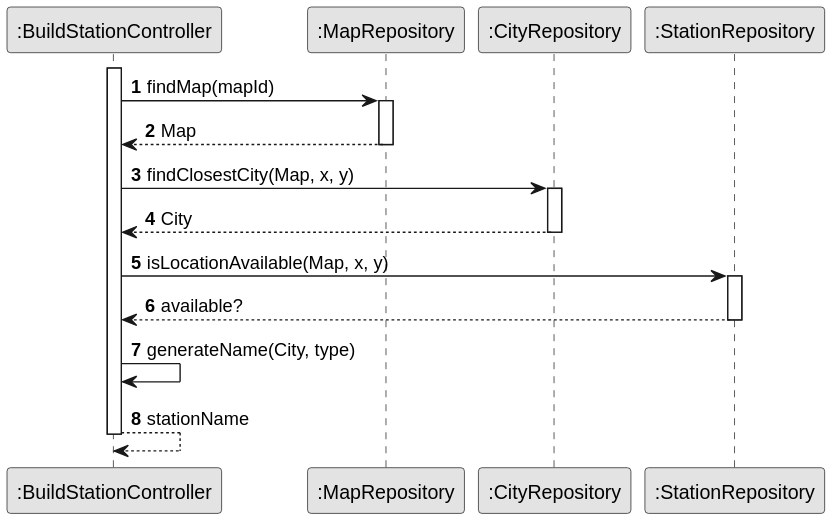
Before: docs/system-documentation/US005/03.design/svg/US005-SD-validateAndName.svg, a diagram exported from PlantUML (goncalolopesp/sem2-pi-24.25-g093-repo).
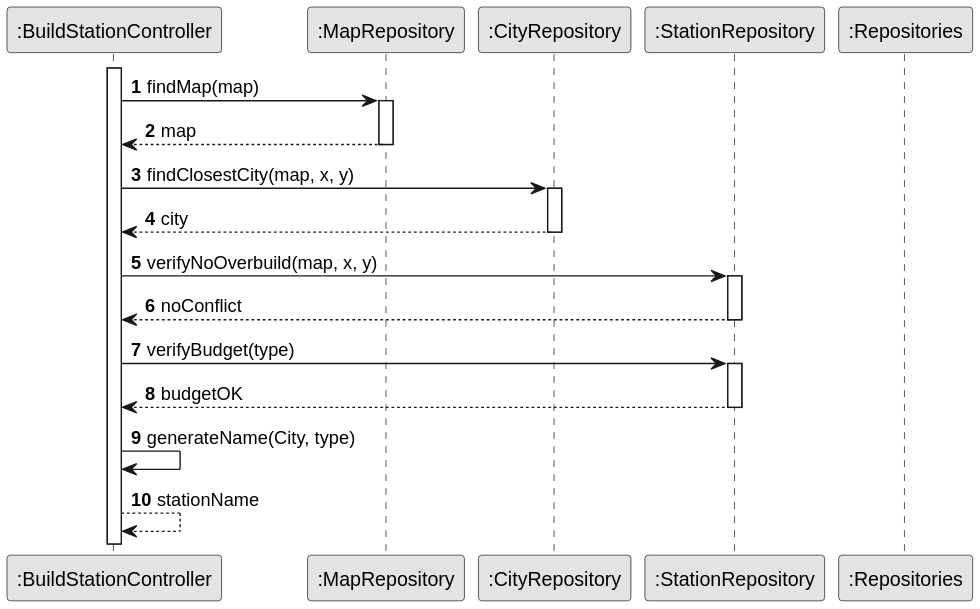
After the commit.

Diff of the diagram source:
```diff
@@ -2,32 +2,36 @@
 skinparam monochrome true
 skinparam packageStyle rectangle
 skinparam shadowing false
+
 autonumber
-
 participant ":BuildStationController" as BuildController
 participant ":MapRepository" as MapRepo
 participant ":CityRepository" as CityRepo
 participant ":StationRepository" as StationRepo
+participant ":Repositories" as Repositories
 
 activate BuildController
 
-BuildController -> MapRepo: findMap(mapId)
+BuildController -> MapRepo : findMap(map)
 activate MapRepo
-MapRepo --> BuildController: Map
+MapRepo --> BuildController : map
 deactivate MapRepo
 
-BuildController -> CityRepo: findClosestCity(Map, x, y)
+BuildController -> CityRepo : findClosestCity(map, x, y)
 activate CityRepo
-CityRepo --> BuildController: City
+CityRepo --> BuildController : city
 deactivate CityRepo
 
-BuildController -> StationRepo: isLocationAvailable(Map, x, y)
+BuildController -> StationRepo : verifyNoOverbuild(map, x, y)
 activate StationRepo
-StationRepo --> BuildController: available?
+StationRepo --> BuildController : noConflict
 deactivate StationRepo
 
-BuildController -> BuildController: generateName(City, type)
-BuildController --> BuildController: stationName
+BuildController -> StationRepo : verifyBudget(type)
+activate StationRepo
+StationRepo --> BuildController : budgetOK
+deactivate StationRepo
 
-deactivate BuildController
+BuildController -> BuildController : generateName(City, type)
+BuildController --> BuildController : stationName
 @enduml
```
